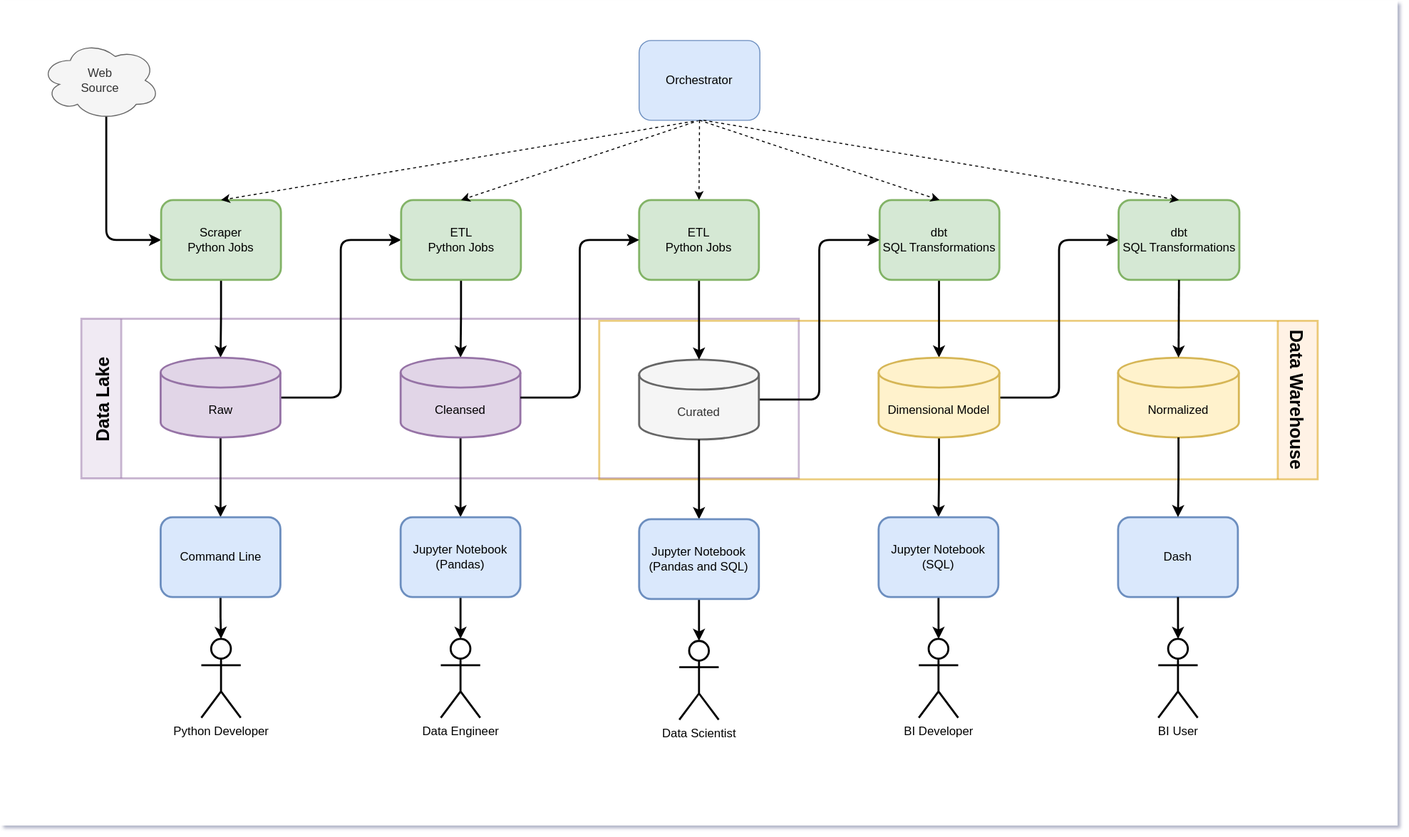
Above: doc/architecture-overview.drawio.svg in petracarrion/job-market-analytics (draw.io), before the change. Source tidied: cells renumbered, new cells last; positions are measured from the earlier drawing's top-left corner, leaving out a move shared by most shapes.
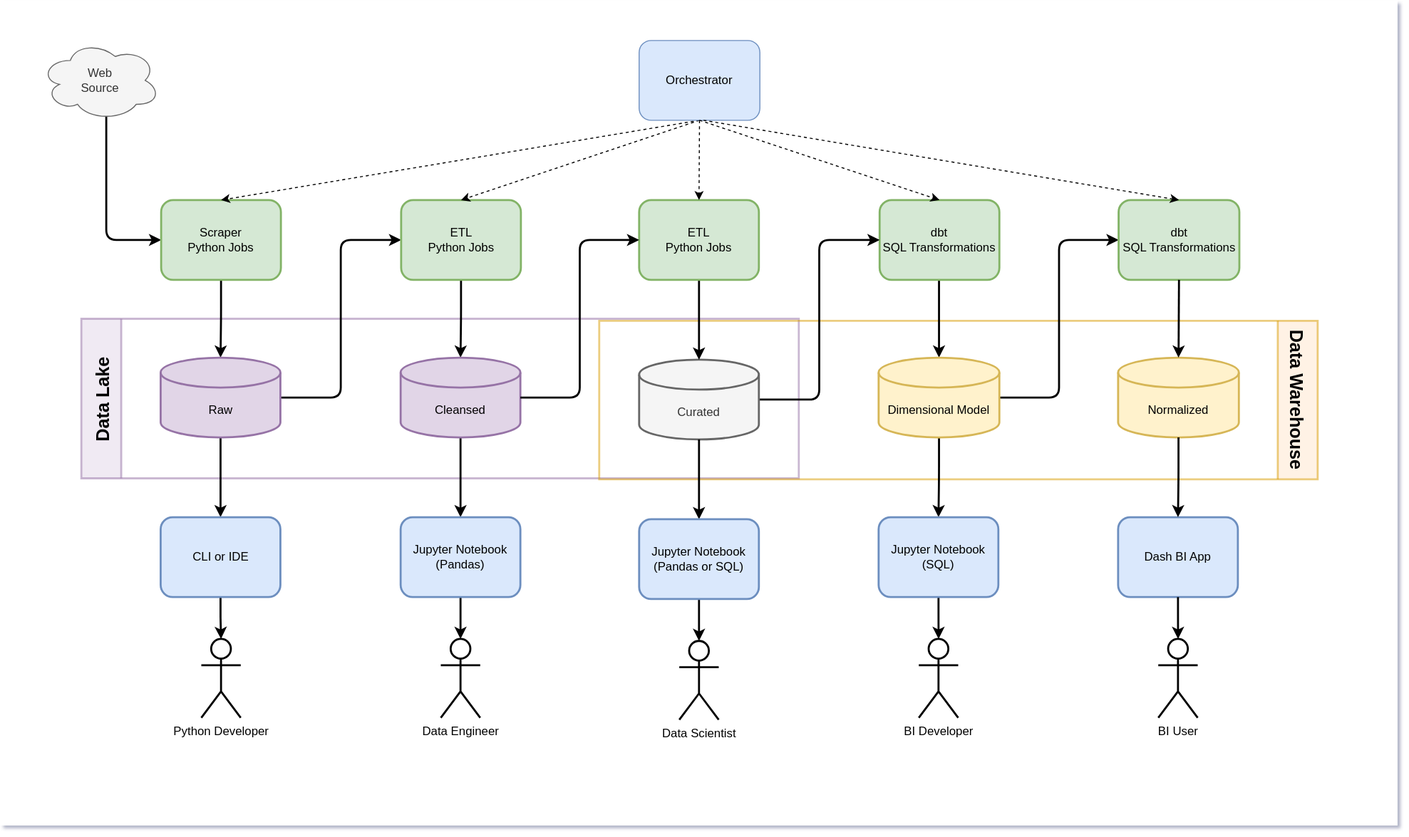
The same diagram one commit later.

Change to the diagram source:
```diff
@@ -84,7 +84,7 @@
     <mxCell id="27" style="edgeStyle=orthogonalEdgeStyle;rounded=0;jettySize=auto;html=1;entryX=0.5;entryY=0;entryDx=0;entryDy=0;entryPerimeter=0;strokeWidth=2;sourcePerimeterSpacing=0;" parent="3" edge="1" source="28" target="29">
       <mxGeometry relative="1" as="geometry" />
     </mxCell>
-    <mxCell id="28" value="Command Line" style="rounded=1;whiteSpace=wrap;html=1;fillColor=#dae8fc;strokeColor=#6c8ebf;strokeWidth=2;" parent="3" vertex="1">
+    <mxCell id="28" value="CLI or IDE" style="rounded=1;whiteSpace=wrap;html=1;fillColor=#dae8fc;strokeColor=#6c8ebf;strokeWidth=2;" parent="3" vertex="1">
       <mxGeometry x="160.5" y="518" width="120" height="80" as="geometry" />
     </mxCell>
     <mxCell id="29" value="Python Developer" style="shape=umlActor;verticalLabelPosition=bottom;verticalAlign=top;html=1;outlineConnect=0;strokeWidth=2;" parent="3" vertex="1">
@@ -99,7 +99,7 @@
     <mxCell id="32" style="edgeStyle=orthogonalEdgeStyle;rounded=1;jettySize=auto;html=1;entryX=0.5;entryY=0;entryDx=0;entryDy=0;entryPerimeter=0;strokeWidth=2;jumpStyle=arc;shadow=0;sketch=0;" parent="3" edge="1" source="30" target="31">
       <mxGeometry relative="1" as="geometry" />
     </mxCell>
-    <mxCell id="33" value="Dash" style="rounded=1;whiteSpace=wrap;html=1;fillColor=#dae8fc;strokeColor=#6c8ebf;strokeWidth=2;" parent="3" vertex="1">
+    <mxCell id="33" value="Dash BI App" style="rounded=1;whiteSpace=wrap;html=1;fillColor=#dae8fc;strokeColor=#6c8ebf;strokeWidth=2;" parent="3" vertex="1">
       <mxGeometry x="1120" y="518" width="120" height="80" as="geometry" />
     </mxCell>
     <mxCell id="34" style="edgeStyle=orthogonalEdgeStyle;rounded=1;jettySize=auto;html=1;strokeWidth=2;" parent="3" edge="1" source="31" target="33">
@@ -154,7 +154,7 @@
     <mxCell id="49" style="edgeStyle=orthogonalEdgeStyle;rounded=1;jettySize=auto;html=1;entryX=0.5;entryY=0;entryDx=0;entryDy=0;entryPerimeter=0;fontSize=48;strokeWidth=2;" parent="3" edge="1" source="50" target="51">
       <mxGeometry relative="1" as="geometry" />
     </mxCell>
-    <mxCell id="50" value="Jupyter Notebook&lt;br&gt;(Pandas and SQL)" style="rounded=1;whiteSpace=wrap;html=1;fillColor=#dae8fc;strokeColor=#6c8ebf;strokeWidth=2;" parent="3" vertex="1">
+    <mxCell id="50" value="Jupyter Notebook&lt;br&gt;(Pandas or SQL)" style="rounded=1;whiteSpace=wrap;html=1;fillColor=#dae8fc;strokeColor=#6c8ebf;strokeWidth=2;" parent="3" vertex="1">
       <mxGeometry x="640" y="520" width="120" height="80" as="geometry" />
     </mxCell>
     <mxCell id="51" value="Data Scientist" style="shape=umlActor;verticalLabelPosition=bottom;verticalAlign=top;html=1;outlineConnect=0;strokeWidth=2;" parent="3" vertex="1">
```
